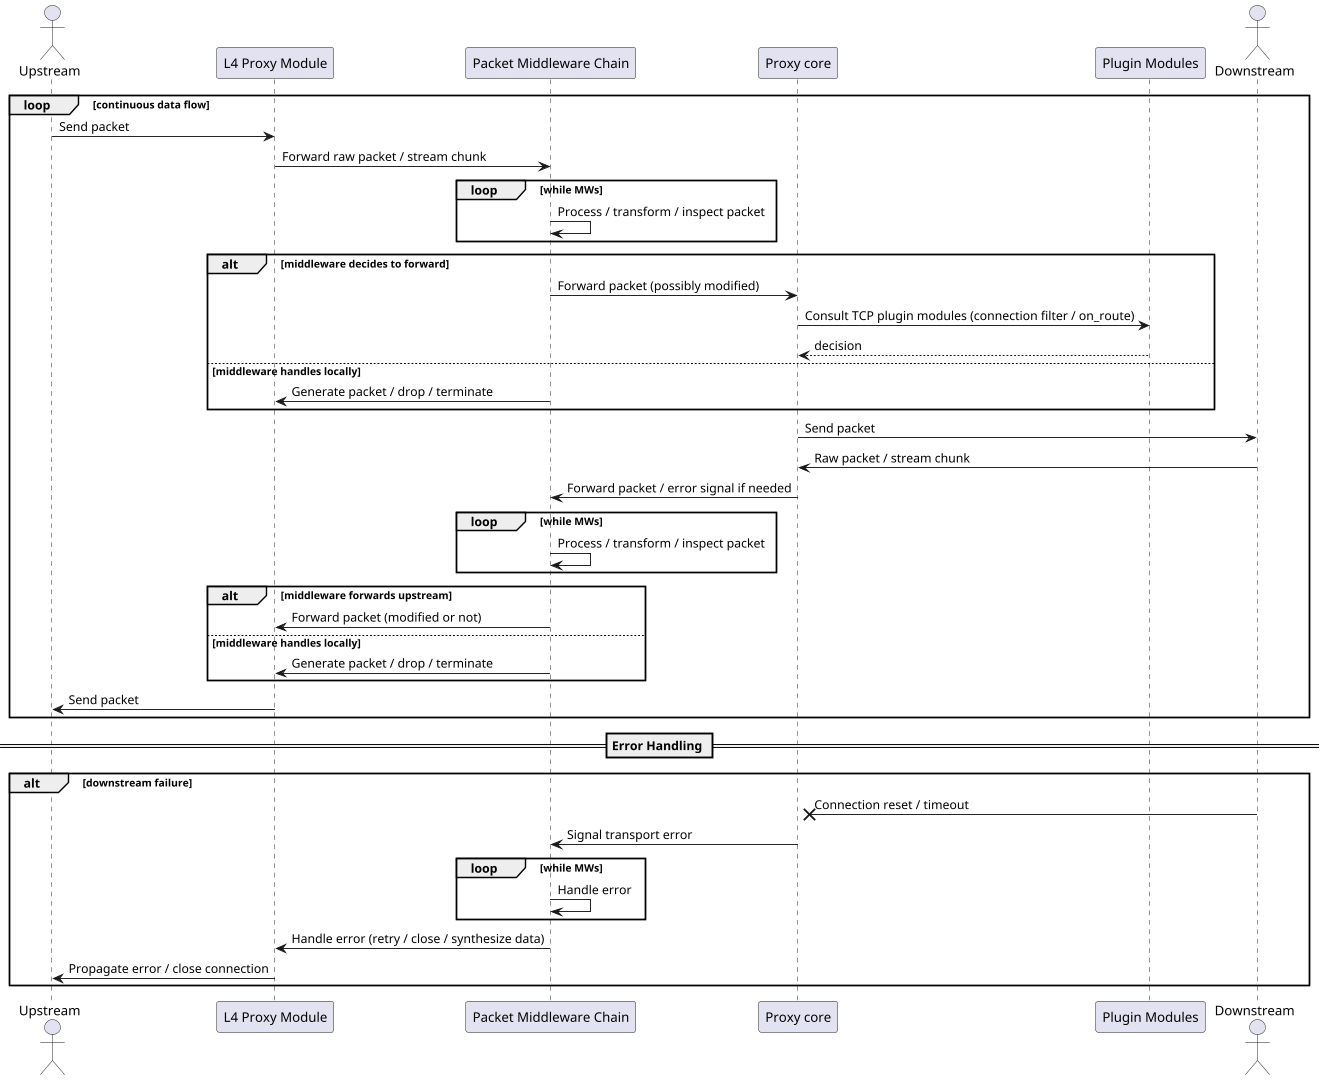
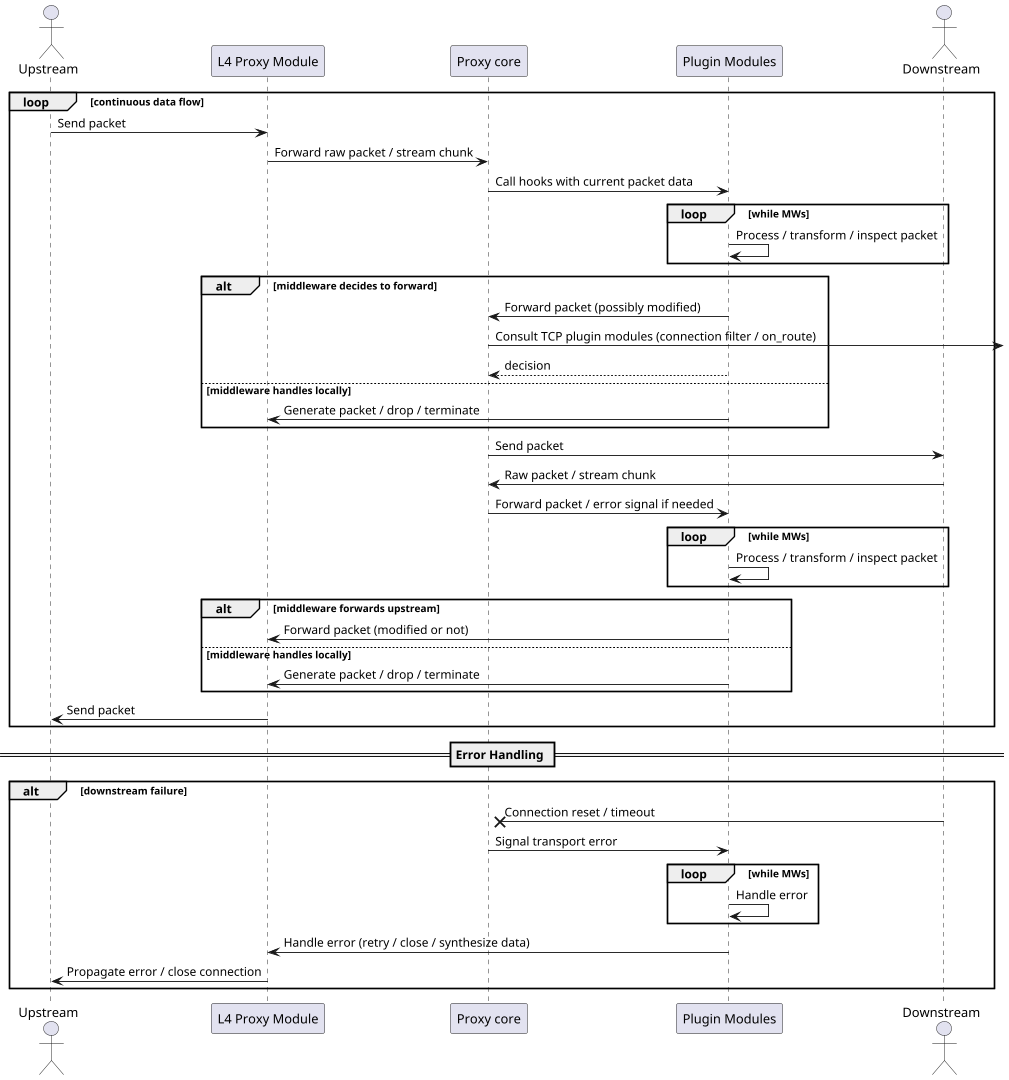
@startuml tcp_udp

scale 1920*1080

actor Upstream
participant "L4 Proxy Module" as P
- participant "Packet Middleware Chain" as MW
participant "Proxy core" as R
participant "Plugin Modules" as PM
actor Downstream

loop continuous data flow

Upstream -> P : Send packet
- P -> MW : Forward raw packet / stream chunk
+ P -> R : Forward raw packet / stream chunk
+ R -> PM : Call hooks with current packet data

loop while MWs
-     MW -> MW : Process / transform / inspect packet
+     PM -> PM : Process / transform / inspect packet
end

alt middleware decides to forward
-     MW -> R : Forward packet (possibly modified)
-     R -> PM : Consult TCP plugin modules (connection filter / on_route)
+     PM -> R : Forward packet (possibly modified)
+     R ->  : Consult TCP plugin modules (connection filter / on_route)
    PM --> R : decision
else middleware handles locally
-     MW -> P : Generate packet / drop / terminate
+     PM -> P : Generate packet / drop / terminate
end

R -> Downstream : Send packet
Downstream -> R : Raw packet / stream chunk
- R -> MW : Forward packet / error signal if needed
+ R -> PM : Forward packet / error signal if needed

loop while MWs
-     MW -> MW : Process / transform / inspect packet
+     PM -> PM : Process / transform / inspect packet
end

alt middleware forwards upstream
-     MW -> P : Forward packet (modified or not)
+     PM -> P : Forward packet (modified or not)
else middleware handles locally
-     MW -> P : Generate packet / drop / terminate
+     PM -> P : Generate packet / drop / terminate
end

P -> Upstream : Send packet
end

== Error Handling ==
alt downstream failure
    Downstream ->x R : Connection reset / timeout
-     R -> MW : Signal transport error
+     R -> PM : Signal transport error
    loop while MWs
-         MW -> MW : Handle error
+         PM -> PM : Handle error
    end
-     MW -> P : Handle error (retry / close / synthesize data)
+     PM -> P : Handle error (retry / close / synthesize data)
    P -> Upstream : Propagate error / close connection
end

@enduml
